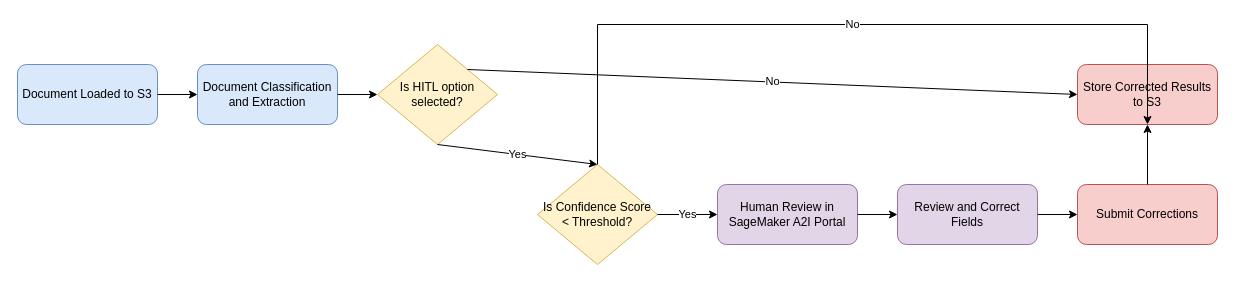
Earlier version of the draw.io diagram sources/images/hitl_a2i_workflow.drawio (cdklabs/genai-idp). Source tidied: cells renumbered, new cells numbered last; positions are measured from the earlier drawing's top-left corner, leaving out a move shared by most shapes. Both pictures are drawn from the tidied source at 100%, with x=0, y=0 at pixel (17, 24).
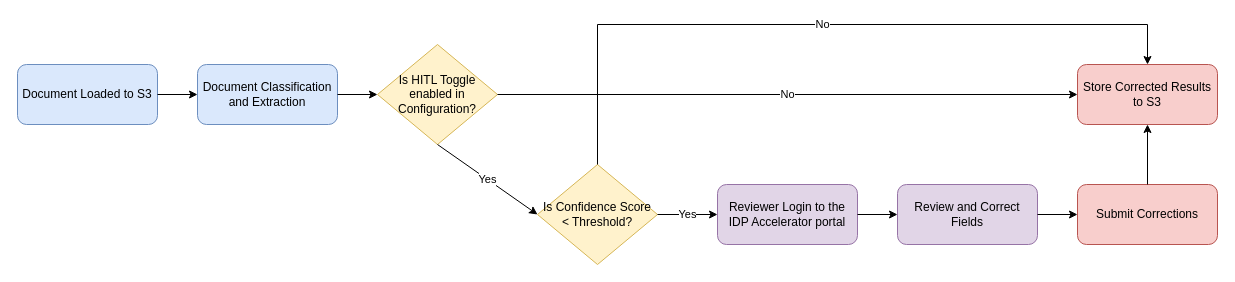
Above is the later version.

Unchanged cells that the change refers to:
```xml
<mxCell id="5" value="Is Confidence Score &lt; Threshold?" style="rhombus;whiteSpace=wrap;html=1;fillColor=#fff2cc;strokeColor=#d6b656;" parent="1" vertex="1">
  <mxGeometry x="520" y="140" width="120" height="100" as="geometry" />
</mxCell>
<mxCell id="9" value="Store Corrected Results to S3" style="rounded=1;whiteSpace=wrap;html=1;fillColor=#f8cecc;strokeColor=#b85450;" parent="1" vertex="1">
  <mxGeometry x="1060" y="40" width="140" height="60" as="geometry" />
</mxCell>
```

Diff of the diagram source:
```diff
@@
-    <mxCell id="4" value="Is HITL option selected?" style="rhombus;whiteSpace=wrap;html=1;fillColor=#fff2cc;strokeColor=#d6b656;" parent="1" vertex="1">
+    <mxCell id="4" value="Is HITL Toggle enabled in Configuration?" style="rhombus;whiteSpace=wrap;html=1;fillColor=#fff2cc;strokeColor=#d6b656;" parent="1" vertex="1">
       <mxGeometry x="360" y="20" width="120" height="100" as="geometry" />
     </mxCell>
@@
-    <mxCell id="6" value="Human Review in SageMaker A2I Portal" style="rounded=1;whiteSpace=wrap;html=1;fillColor=#e1d5e7;strokeColor=#9673a6;" parent="1" vertex="1">
+    <mxCell id="6" value="Reviewer Login to the IDP Accelerator portal" style="rounded=1;whiteSpace=wrap;html=1;fillColor=#e1d5e7;strokeColor=#9673a6;" parent="1" vertex="1">
       <mxGeometry x="700" y="160" width="140" height="60" as="geometry" />
     </mxCell>
@@
-    <mxCell id="12" value="Yes" style="endArrow=classic;html=1;rounded=0;exitX=0.5;exitY=1;exitDx=0;exitDy=0;entryX=0.5;entryY=0;entryDx=0;entryDy=0;" parent="1" edge="1" source="4" target="5">
+    <mxCell id="12" value="Yes" style="endArrow=classic;html=1;rounded=0;exitX=0.5;exitY=1;exitDx=0;exitDy=0;entryX=0;entryY=0.5;entryDx=0;entryDy=0;" parent="1" edge="1" source="4" target="5">
       <mxGeometry relative="1" as="geometry" />
     </mxCell>
-    <mxCell id="13" value="No" style="endArrow=classic;html=1;rounded=0;exitX=1;exitY=0;exitDx=0;exitDy=0;entryX=0;entryY=0.5;entryDx=0;entryDy=0;" parent="1" edge="1" source="4" target="9">
+    <mxCell id="13" value="No" style="endArrow=classic;html=1;rounded=0;exitX=1;exitY=0.5;exitDx=0;exitDy=0;entryX=0;entryY=0.5;entryDx=0;entryDy=0;" parent="1" edge="1" source="4" target="9">
       <mxGeometry relative="1" as="geometry" />
     </mxCell>
@@
-    <mxCell id="15" value="No" style="endArrow=classic;html=1;rounded=0;exitX=0.5;exitY=0;exitDx=0;exitDy=0;entryX=0.5;entryY=1;entryDx=0;entryDy=0;" parent="1" edge="1" source="5" target="9">
+    <mxCell id="15" value="No" style="endArrow=classic;html=1;rounded=0;exitX=0.5;exitY=0;exitDx=0;exitDy=0;" parent="1" edge="1" source="5">
       <mxGeometry relative="1" as="geometry">
+        <mxPoint x="1130" y="40" as="targetPoint" />
         <Array as="points">
           <mxPoint x="580" />
           <mxPoint x="1130" />
         </Array>
       </mxGeometry>
     </mxCell>
```
